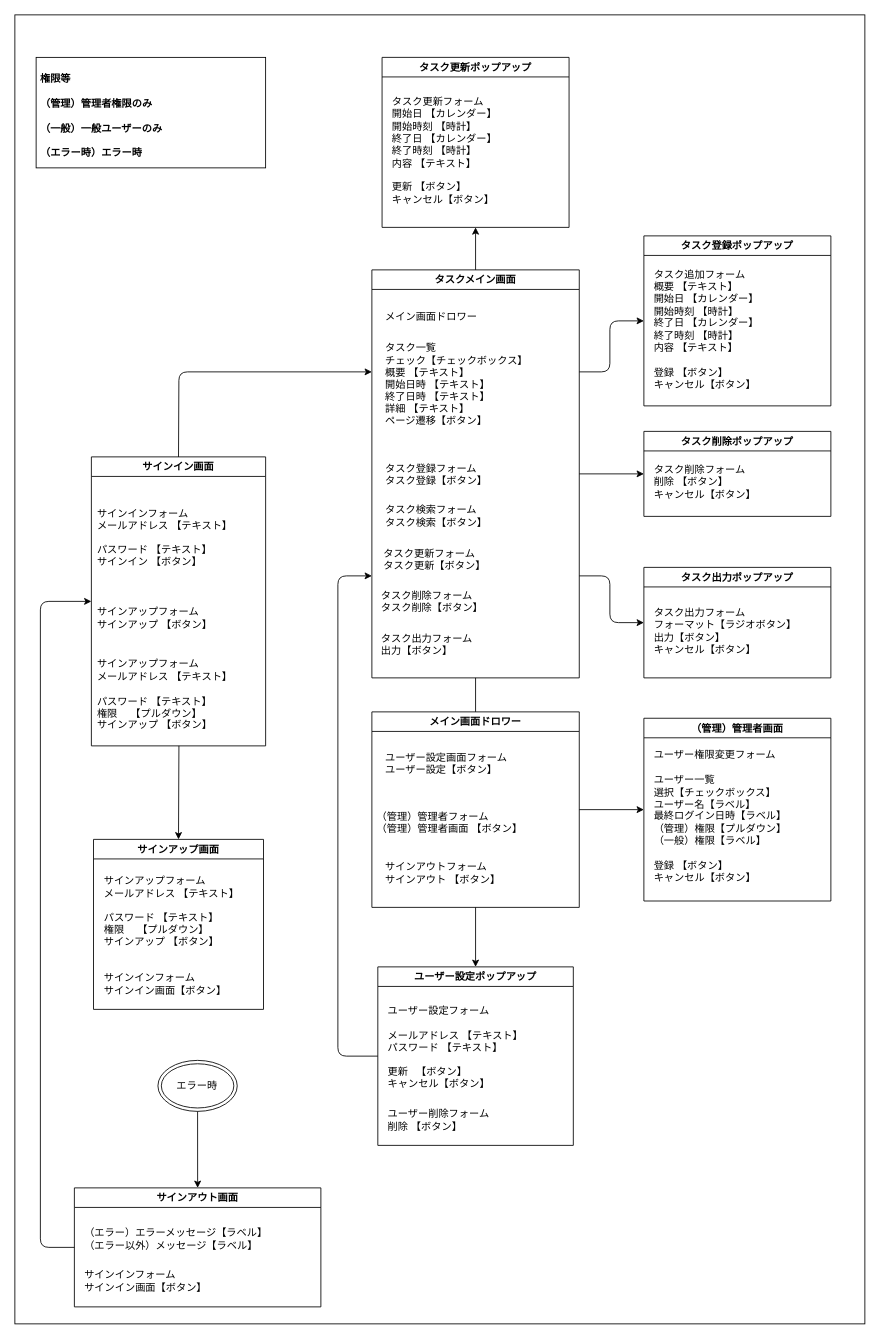
The draw.io diagram 02_基本設計/画面遷移図.drawio in kamiya-daiki/SpringBoot4-Portfolio, before the edit. Source tidied: cells renumbered, new cells numbered last; positions are measured from the earlier drawing's top-left corner, leaving out a move shared by most shapes. Both pictures are drawn from the tidied source at 85%, with x=0, y=0 at pixel (14, 14).
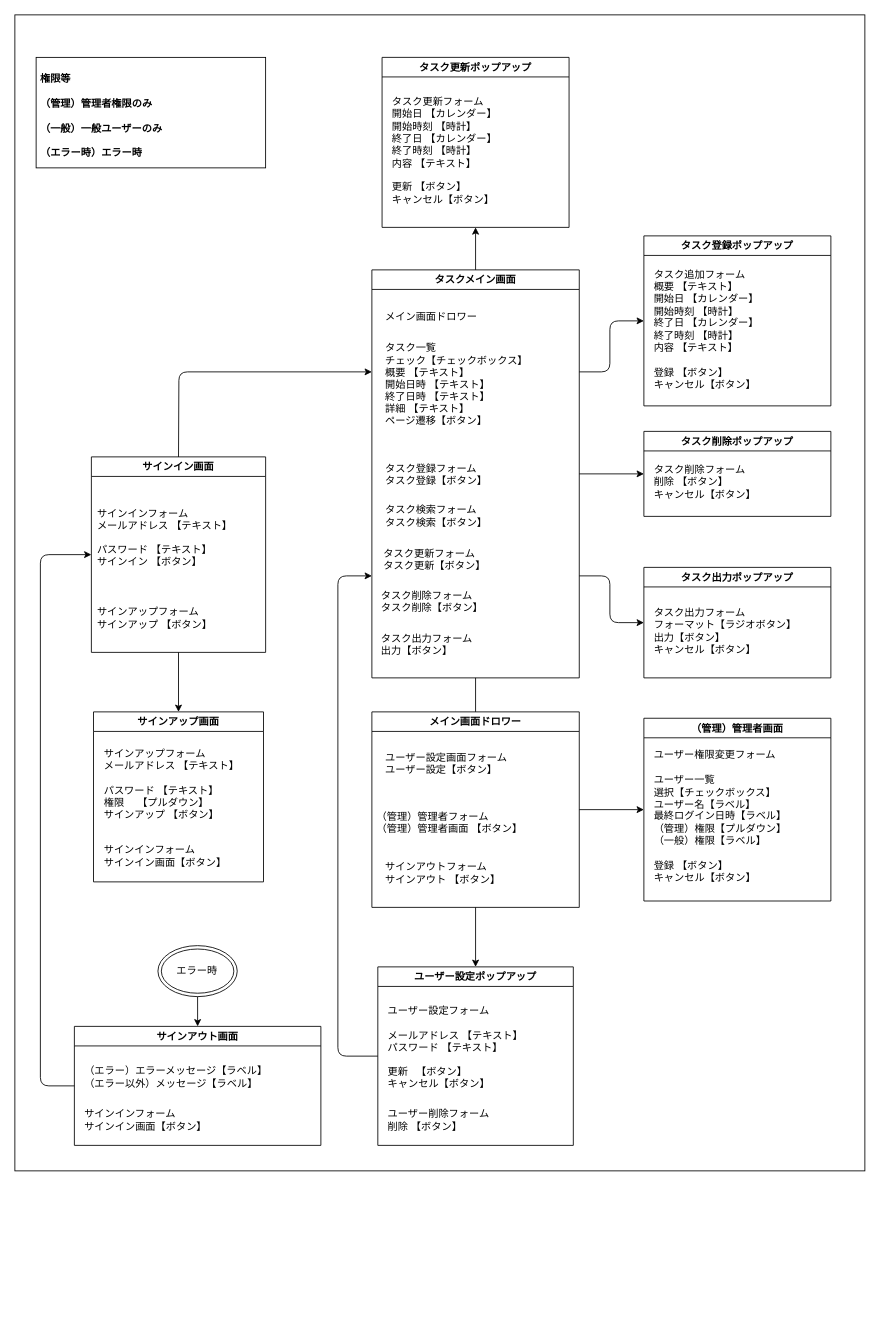
The same diagram, later.

The edit, as a diff of the source:
```diff
@@
     <mxCell id="2" style="whiteSpace=wrap;html=1;fillColor=default;direction=south;" parent="1" vertex="1">
-      <mxGeometry width="1000" height="1540" as="geometry" />
+      <mxGeometry width="1000" height="1360" as="geometry" />
     </mxCell>
-    <mxCell id="3" style="edgeStyle=none;html=1;entryX=0.5;entryY=0;entryDx=0;entryDy=0;" parent="1" edge="1" target="15">
-      <mxGeometry relative="1" as="geometry">
-        <mxPoint x="193" y="860" as="sourcePoint" />
-      </mxGeometry>
+    <mxCell id="3" style="edgeStyle=none;html=1;entryX=0.5;entryY=0;entryDx=0;entryDy=0;exitX=0.5;exitY=1;exitDx=0;exitDy=0;" parent="1" edge="1" source="4" target="15">
+      <mxGeometry relative="1" as="geometry" />
     </mxCell>
     <mxCell id="4" value="サインイン画面" style="swimlane;startSize=23;fillColor=none;" parent="1" vertex="1">
-      <mxGeometry x="90" y="520" width="205" height="340" as="geometry" />
+      <mxGeometry x="90" y="520" width="205" height="230" as="geometry" />
     </mxCell>
@@
-    <mxCell id="7" value="サインアップフォーム&#10;メールアドレス&#9;【テキスト】&#10;&#10;パスワード&#9;&#9;【テキスト】&#10;権限　&#9;&#9;&#9;【プルダウン】&#10;サインアップ&#9;&#9;【ボタン】" style="text;html=1;align=left;verticalAlign=middle;strokeColor=none;fillColor=none;" parent="4" vertex="1">
-      <mxGeometry x="5" y="230" width="180" height="100" as="geometry" />
-    </mxCell>
@@
     <mxCell id="15" value="サインアップ画面" style="swimlane;startSize=23;fillColor=none;" parent="1" vertex="1">
-      <mxGeometry x="92.5" y="970" width="200" height="200" as="geometry" />
+      <mxGeometry x="92.5" y="820" width="200" height="200" as="geometry" />
     </mxCell>
@@
     <mxCell id="31" value="サインアウト画面" style="swimlane;startSize=23;fillColor=none;" parent="1" vertex="1">
-      <mxGeometry x="70" y="1380" width="290" height="140" as="geometry" />
+      <mxGeometry x="70" y="1190" width="290" height="140" as="geometry" />
     </mxCell>
@@
     <mxCell id="35" value="エラー時" style="ellipse;shape=doubleEllipse;whiteSpace=wrap;html=1;fillColor=none;" parent="1" vertex="1">
-      <mxGeometry x="168.3" y="1230" width="93.3" height="60" as="geometry" />
+      <mxGeometry x="168.3" y="1095" width="93.3" height="60" as="geometry" />
     </mxCell>
@@
     <mxCell id="49" style="edgeStyle=none;html=1;exitX=0;exitY=0.5;exitDx=0;exitDy=0;entryX=0;entryY=0.5;entryDx=0;entryDy=0;" parent="1" edge="1" source="31" target="4">
       <mxGeometry relative="1" as="geometry">
         <Array as="points">
-          <mxPoint x="30" y="1450" />
-          <mxPoint x="30" y="690" />
+          <mxPoint x="30" y="1260" />
+          <mxPoint x="30" y="635" />
         </Array>
       </mxGeometry>
     </mxCell>
```
